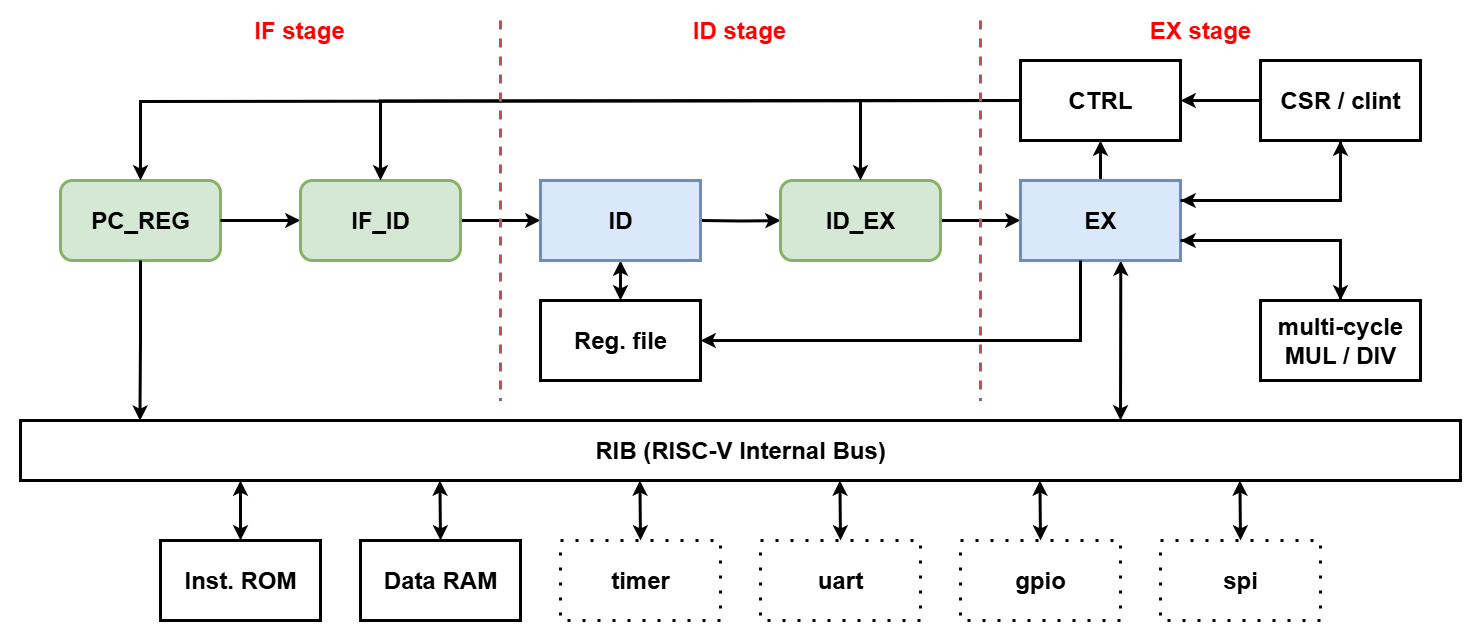
Above: img/Arichtecture-core.drawio.png in WsWSC/RISCV_project (draw.io), before the change. Source tidied: cells renumbered, new cells last; positions are measured from the earlier drawing's top-left corner, leaving out a move shared by most shapes.
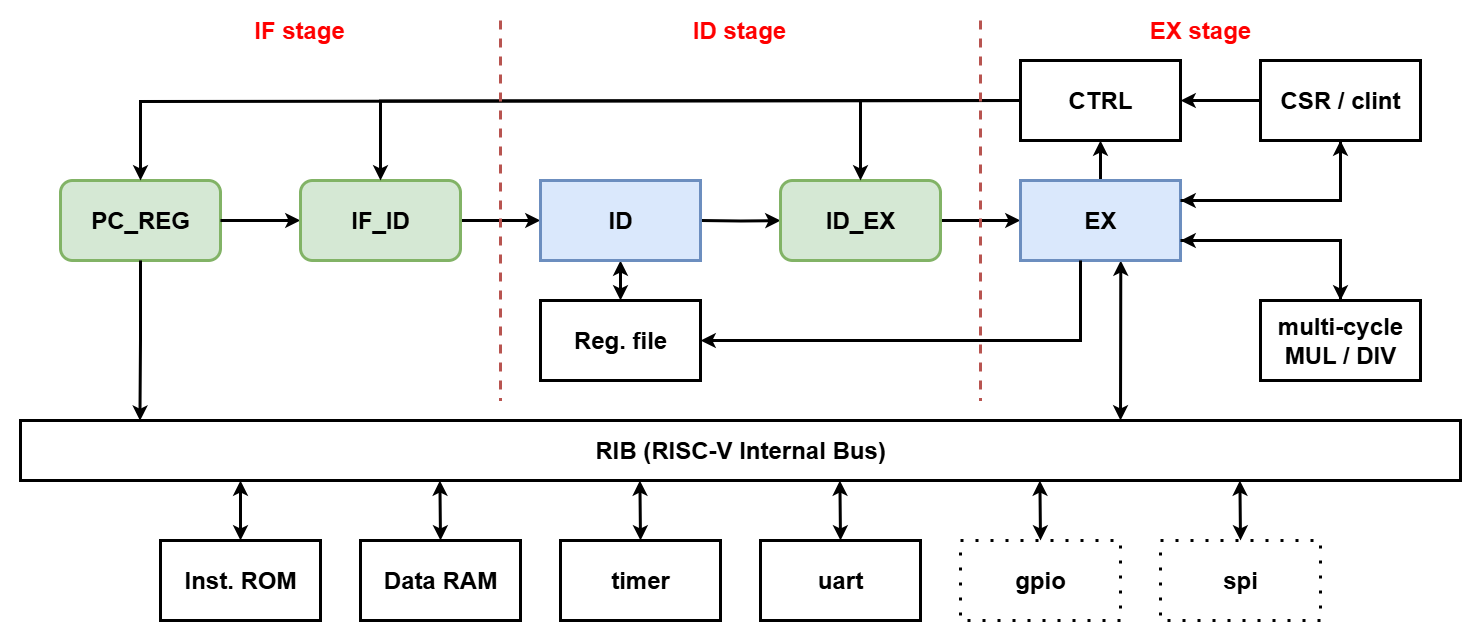
Later version of the same file.

Commit message:
docs: refresh README and architecture diagram

The edit, as a diff of the source:
```diff
@@ -123,10 +123,10 @@
     <mxCell id="27" value="Data RAM" style="rounded=0;whiteSpace=wrap;html=1;strokeWidth=3;fontSize=24;fontStyle=1;" parent="1" vertex="1">
       <mxGeometry x="360" y="540" width="160" height="80" as="geometry" />
     </mxCell>
-    <mxCell id="28" value="timer" style="rounded=0;whiteSpace=wrap;html=1;strokeWidth=3;fontSize=24;fontStyle=1;dashed=1;dashPattern=1 4;" parent="1" vertex="1">
+    <mxCell id="28" value="timer" style="rounded=0;whiteSpace=wrap;html=1;strokeWidth=3;fontSize=24;fontStyle=1;" parent="1" vertex="1">
       <mxGeometry x="560" y="540" width="160" height="80" as="geometry" />
     </mxCell>
-    <mxCell id="29" value="uart" style="rounded=0;whiteSpace=wrap;html=1;strokeWidth=3;fontSize=24;fontStyle=1;dashed=1;dashPattern=1 4;" parent="1" vertex="1">
+    <mxCell id="29" value="uart" style="rounded=0;whiteSpace=wrap;html=1;strokeWidth=3;fontSize=24;fontStyle=1;" parent="1" vertex="1">
       <mxGeometry x="760" y="540" width="160" height="80" as="geometry" />
     </mxCell>
     <mxCell id="30" value="gpio" style="rounded=0;whiteSpace=wrap;html=1;strokeWidth=3;fontSize=24;fontStyle=1;dashed=1;dashPattern=1 4;" parent="1" vertex="1">
```
